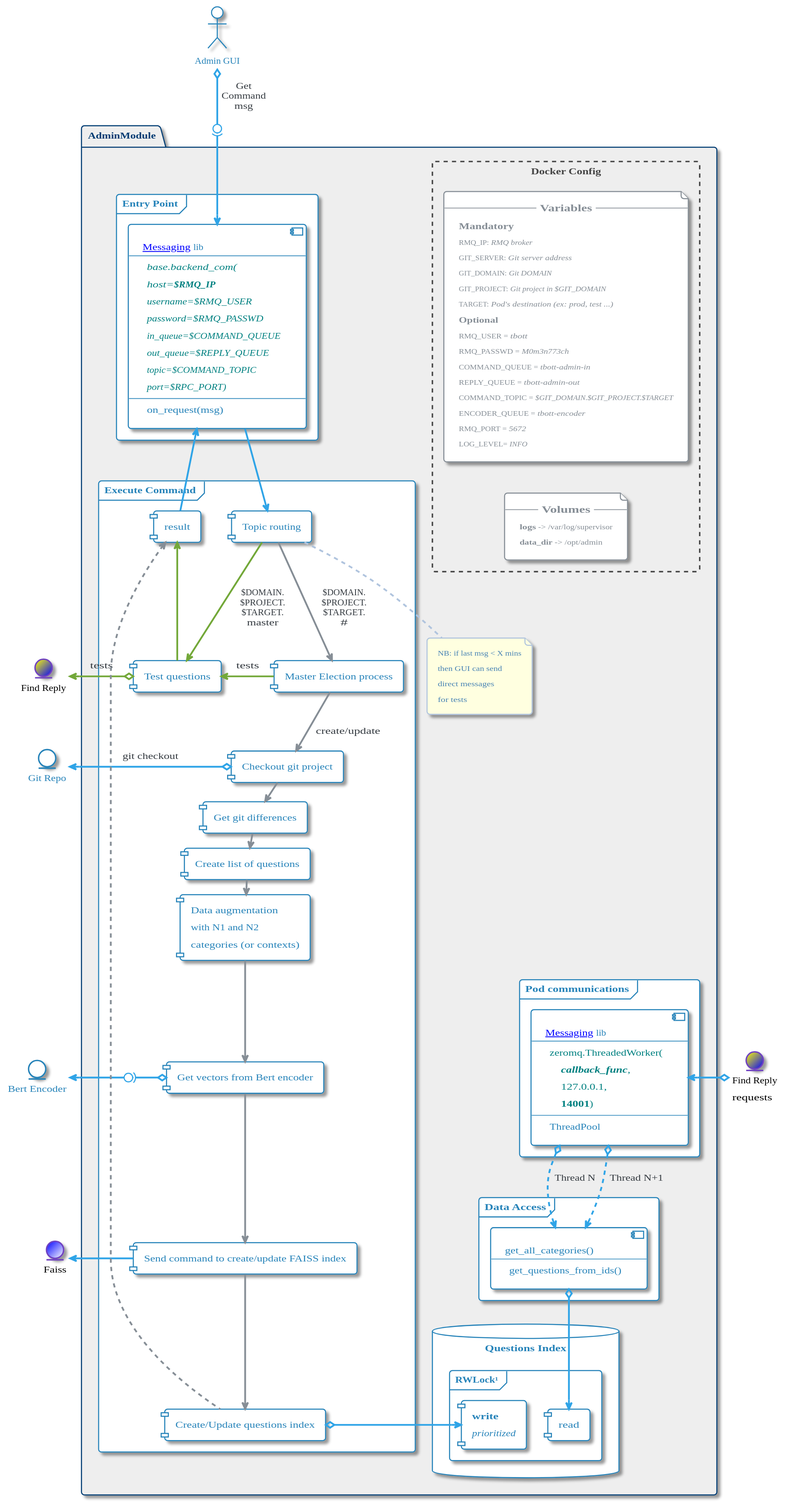
Above: images/plantuml/Admin/admin/Admin_Full.svg in momenttech/maestro-architecture (PlantUML), before the change.
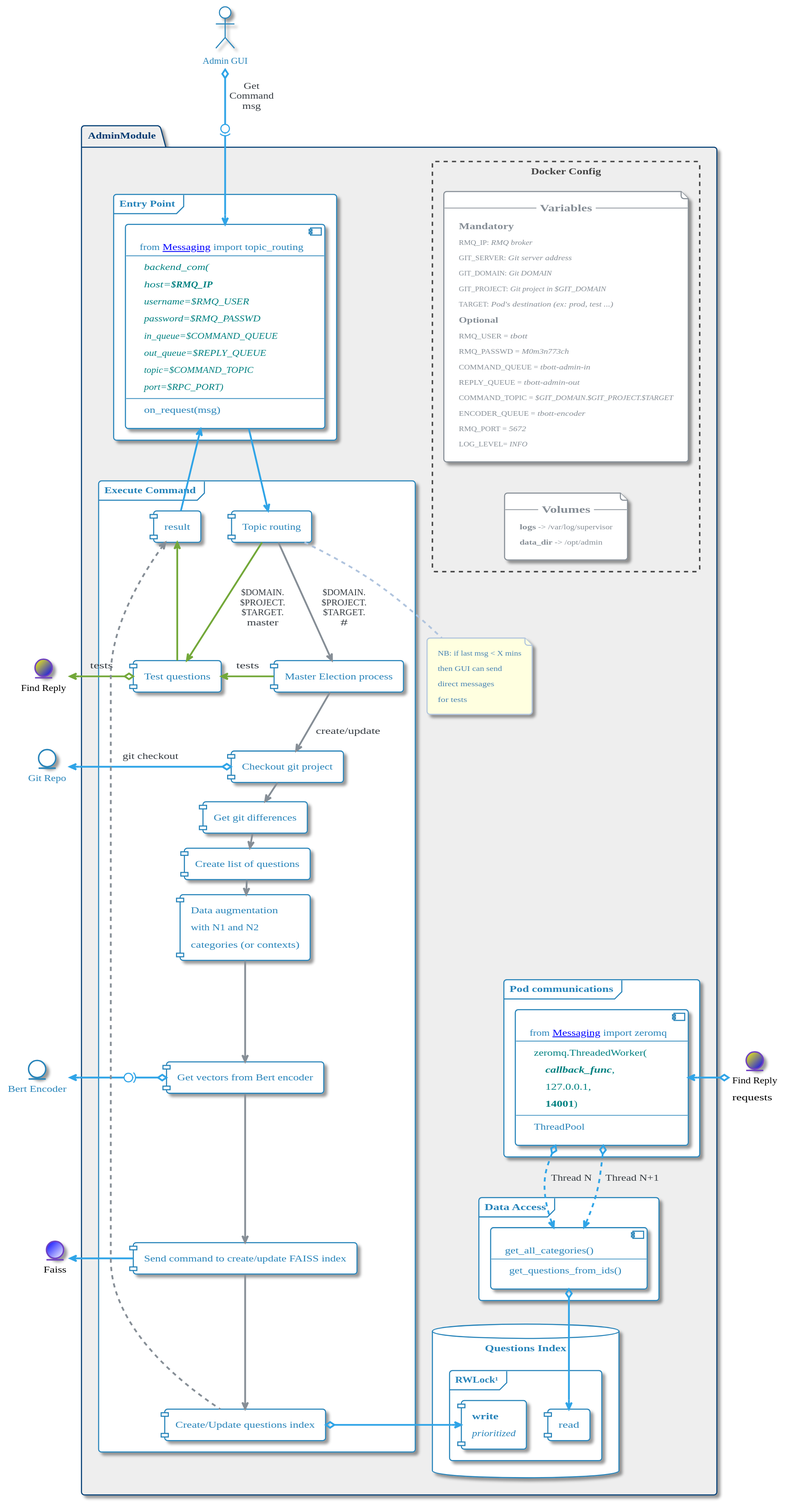
After the commit.

Commit message:
updated backend communication

What changed in the source:
```diff
@@ -436,7 +436,7 @@
         }
             frame "Pod communications" as AdminPodCom {
             component ADM_MSG [
-                [[http://10.165.64.205/AI/Messaging Messaging]] lib
+                from [[http://10.165.64.205/AI/Messaging Messaging]] import zeromq
                 ----
                 <color:teal>zeromq.ThreadedWorker(</color>
                 <color:teal>    <i><b>callback_func</b></i>,</color>
@@ -458,9 +458,9 @@
         ADM_MSG o..> AdminGetData: Thread N+1
        frame "Entry Point" as AdminEntryPoint {
             component ADMIN_MSG_C [
-                [[http://10.165.64.205/AI/Messaging Messaging]] lib
+                from [[http://10.165.64.205/AI/Messaging Messaging]] import topic_routing
                 ----
-                <i><color:teal>base.backend_com(</color></i>
+                <i><color:teal>backend_com(</color></i>
                 <i><color:teal>host=<b>$RMQ_IP</b></color></i>
                 <i><color:teal>username=$RMQ_USER</color></i>
                 <i><color:teal>password=$RMQ_PASSWD</color></i>
```
